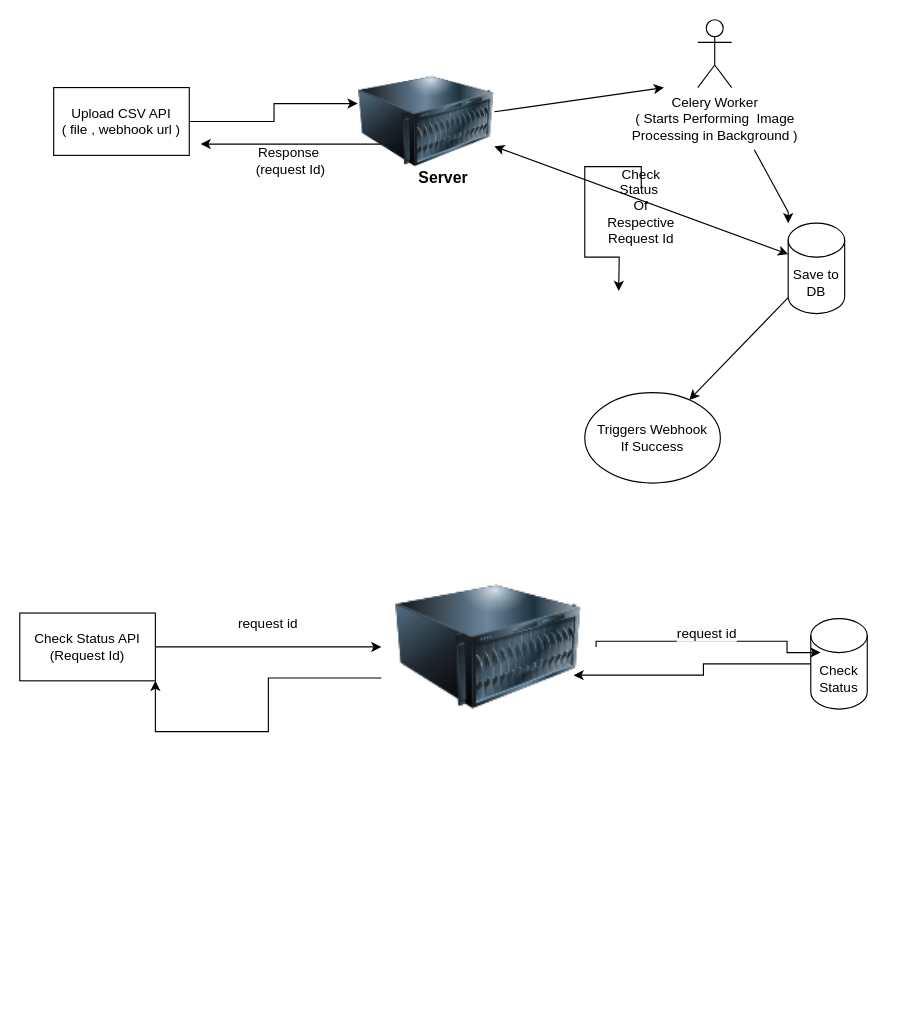
Earlier version of the draw.io diagram Untitled Diagram.drawio (prafullpandey614/CSV-Image-Extract-Webhook-Trigger). Source tidied: cells renumbered, new cells numbered last; positions are measured from the earlier drawing's top-left corner, leaving out a move shared by most shapes. Both pictures are drawn from the tidied source at 113%, with x=0, y=0 at pixel (19, 19).
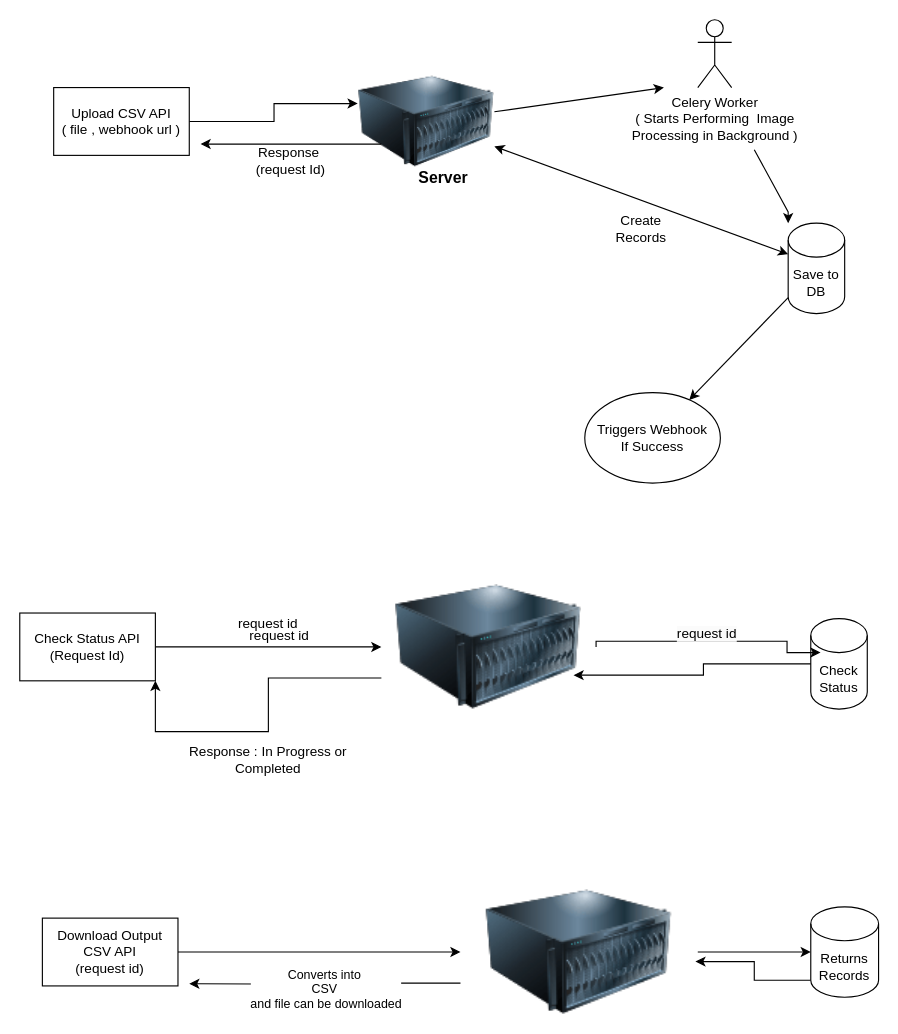
The same page after the edit.

The edit, as a diff of the source:
```diff
@@
-    <mxCell id="16" style="edgeStyle=orthogonalEdgeStyle;rounded=0;jettySize=auto;html=1;exitX=0.5;exitY=0;exitDx=0;exitDy=0;" parent="1" edge="1" source="17">
-      <mxGeometry relative="1" as="geometry">
-        <mxPoint x="530" y="240" as="targetPoint" />
-      </mxGeometry>
-    </mxCell>
-    <mxCell id="17" value="Check Status&amp;nbsp;&lt;br&gt;Of Respective Request Id" style="text;strokeColor=none;align=center;fillColor=none;html=1;verticalAlign=middle;whiteSpace=wrap;rounded=0;" parent="1" vertex="1">
-      <mxGeometry x="520" y="150" width="60" height="30" as="geometry" />
-    </mxCell>
@@
+    <mxCell id="26" value="Response : In Progress or Completed" style="text;strokeColor=none;align=center;fillColor=none;html=1;verticalAlign=middle;whiteSpace=wrap;rounded=0;" parent="1" vertex="1">
+      <mxGeometry x="130" y="640" width="180" height="30" as="geometry" />
+    </mxCell>
+    <mxCell id="27" value="Create Records" style="text;strokeColor=none;align=center;fillColor=none;html=1;verticalAlign=middle;whiteSpace=wrap;rounded=0;" parent="1" vertex="1">
+      <mxGeometry x="520" y="170" width="60" height="30" as="geometry" />
+    </mxCell>
+    <mxCell id="28" style="edgeStyle=orthogonalEdgeStyle;rounded=0;jettySize=auto;html=1;" parent="1" edge="1" source="31" target="36">
+      <mxGeometry relative="1" as="geometry" />
+    </mxCell>
+    <mxCell id="29" style="edgeStyle=orthogonalEdgeStyle;rounded=0;jettySize=auto;html=1;exitX=0;exitY=0.75;exitDx=0;exitDy=0;" parent="1" edge="1" source="31">
+      <mxGeometry relative="1" as="geometry">
+        <mxPoint x="150" y="853" as="targetPoint" />
+      </mxGeometry>
+    </mxCell>
+    <mxCell id="30" value="Converts into&amp;nbsp;&lt;br&gt;CSV&amp;nbsp;&lt;br&gt;and file can be downloaded" style="edgeLabel;html=1;align=center;verticalAlign=middle;" parent="29" vertex="1">
+      <mxGeometry y="4" relative="1" as="geometry">
+        <mxPoint x="1" as="offset" />
+      </mxGeometry>
+    </mxCell>
+    <mxCell id="31" style="image;html=1;image=img/lib/clip_art/computers/Server_128x128.png;" parent="1" vertex="1">
+      <mxGeometry x="390" y="770" width="210" height="110" as="geometry" />
+    </mxCell>
+    <mxCell id="32" value="request id" style="text;strokeColor=none;align=center;fillColor=none;html=1;verticalAlign=middle;whiteSpace=wrap;rounded=0;" parent="1" vertex="1">
+      <mxGeometry x="200" y="530" width="60" height="30" as="geometry" />
+    </mxCell>
+    <mxCell id="33" style="edgeStyle=orthogonalEdgeStyle;rounded=0;jettySize=auto;html=1;" parent="1" edge="1" source="34" target="31">
+      <mxGeometry relative="1" as="geometry" />
+    </mxCell>
+    <mxCell id="34" value="Download Output CSV API&lt;div&gt;(request id)&lt;/div&gt;" style="rounded=0;whiteSpace=wrap;html=1;" parent="1" vertex="1">
+      <mxGeometry x="20" y="795" width="120" height="60" as="geometry" />
+    </mxCell>
+    <mxCell id="35" style="edgeStyle=orthogonalEdgeStyle;rounded=0;jettySize=auto;html=1;exitX=0;exitY=1;exitDx=0;exitDy=-15;exitPerimeter=0;entryX=0.99;entryY=0.577;entryDx=0;entryDy=0;entryPerimeter=0;" parent="1" edge="1" source="36" target="31">
+      <mxGeometry relative="1" as="geometry" />
+    </mxCell>
+    <mxCell id="36" value="Returns&lt;div&gt;Records&lt;/div&gt;" style="shape=cylinder3;whiteSpace=wrap;html=1;boundedLbl=1;backgroundOutline=1;size=15;" parent="1" vertex="1">
+      <mxGeometry x="700" y="785" width="60" height="80" as="geometry" />
+    </mxCell>
```
